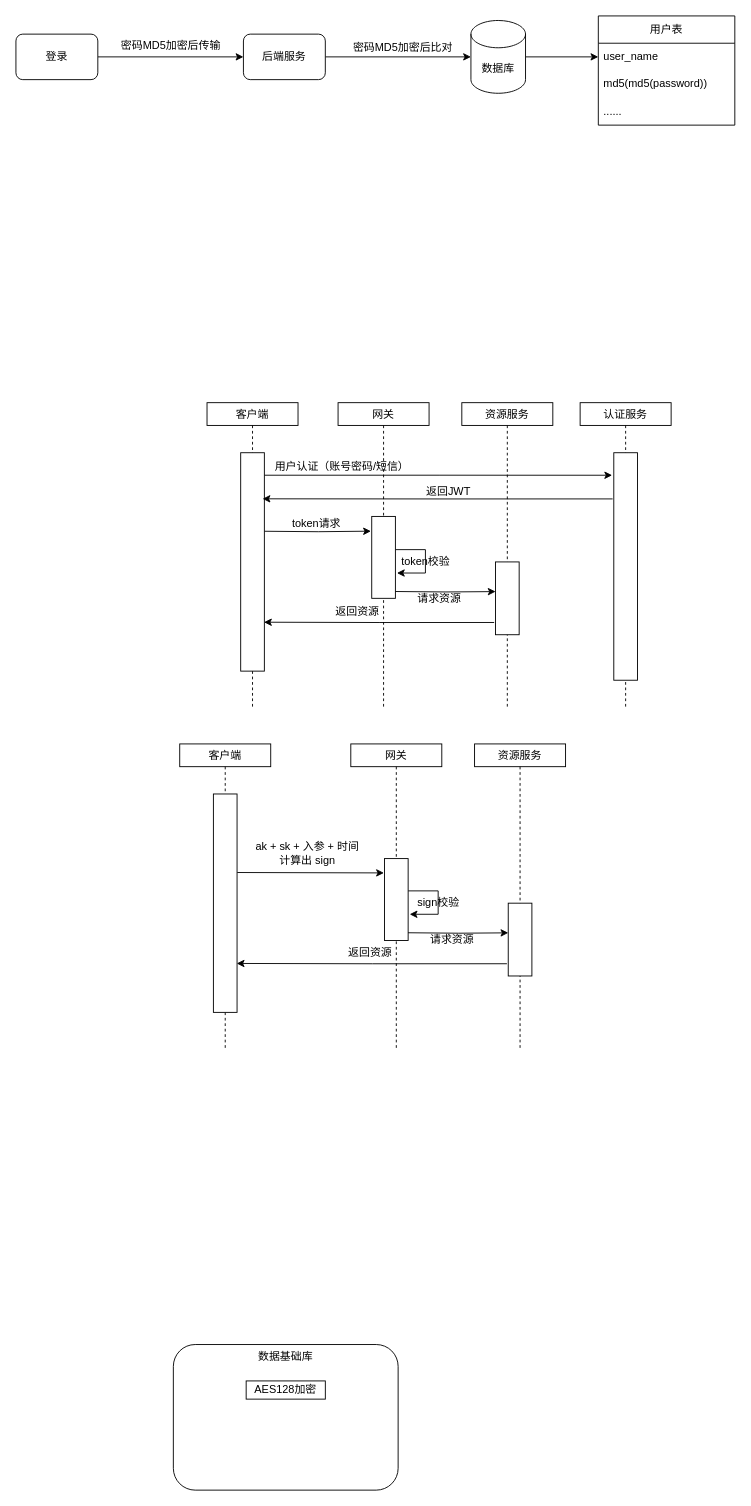
Before: yzs/工业平台安全体系.drawio in yanglei1992/documents, a draw.io diagram. Source tidied: cells renumbered, new cells numbered last; positions are measured from the earlier drawing's top-left corner, leaving out a move shared by most shapes. Both pictures are drawn from the tidied source at 91%, with x=0, y=0 at pixel (15, 15).
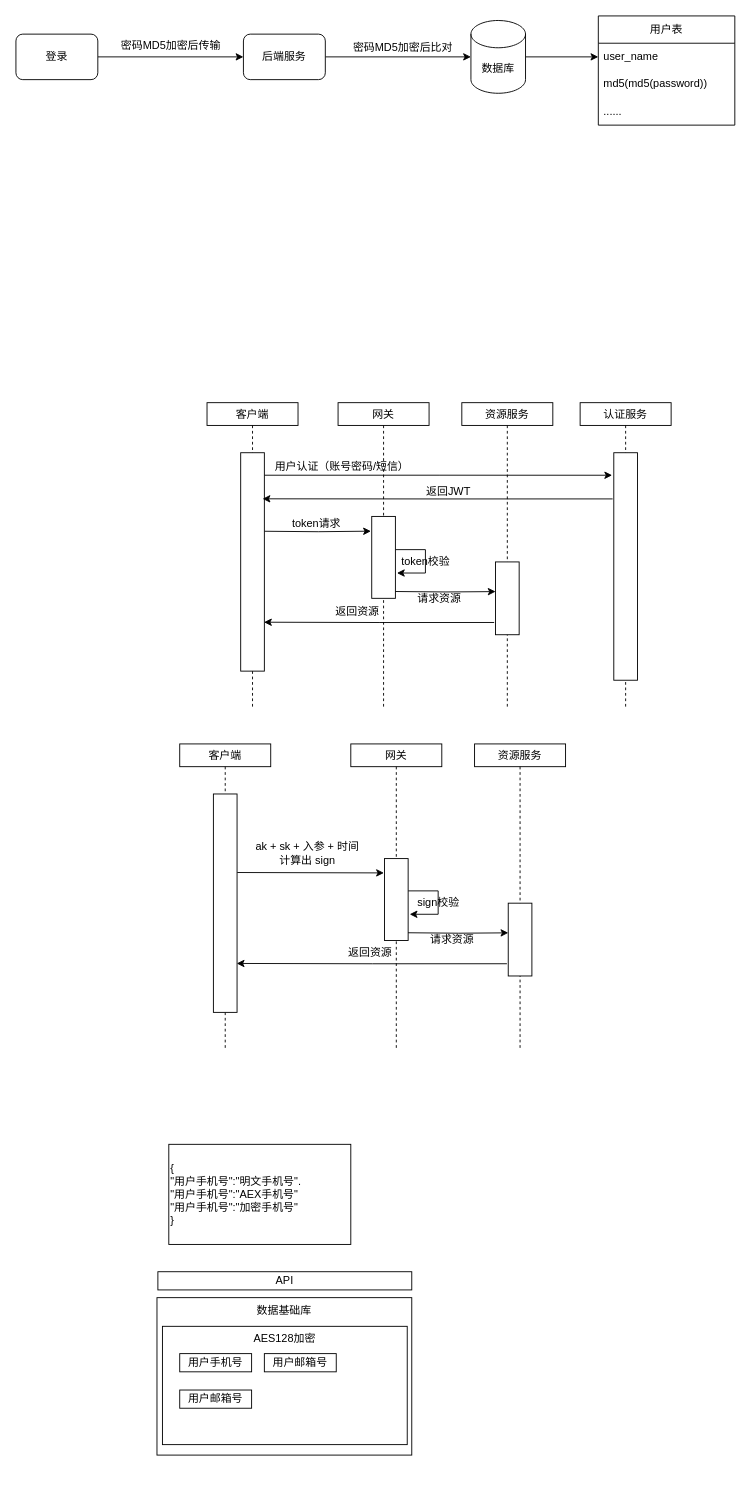
The same diagram, later.

Commit message:
更新工业平台安全体系.drawio

What changed in the source:
```diff
@@
+    <mxCell id="48" value="数据基础库" style="rounded=0;whiteSpace=wrap;html=1;verticalAlign=top;" parent="1" vertex="1">
+      <mxGeometry x="155" y="1408.5" width="280" height="173" as="geometry" />
+    </mxCell>
@@
-    <mxCell id="48" value="数据基础库" style="rounded=1;whiteSpace=wrap;html=1;verticalAlign=top;" parent="1" vertex="1">
-      <mxGeometry x="173" y="1460" width="247" height="160" as="geometry" />
-    </mxCell>
-    <mxCell id="49" value="AES128加密" style="rounded=0;whiteSpace=wrap;html=1;" parent="1" vertex="1">
-      <mxGeometry x="253" y="1500" width="87" height="20" as="geometry" />
+    <mxCell id="49" value="AES128加密" style="rounded=0;whiteSpace=wrap;html=1;verticalAlign=top;" parent="1" vertex="1">
+      <mxGeometry x="161" y="1440" width="269" height="130" as="geometry" />
     </mxCell>
+    <mxCell id="50" value="用户手机号" style="rounded=0;whiteSpace=wrap;html=1;" parent="1" vertex="1">
+      <mxGeometry x="180" y="1470" width="79" height="20" as="geometry" />
+    </mxCell>
+    <mxCell id="51" value="用户邮箱号" style="rounded=0;whiteSpace=wrap;html=1;" parent="1" vertex="1">
+      <mxGeometry x="273" y="1470" width="79" height="20" as="geometry" />
+    </mxCell>
+    <mxCell id="52" value="用户邮箱号" style="rounded=0;whiteSpace=wrap;html=1;" parent="1" vertex="1">
+      <mxGeometry x="180" y="1510" width="79" height="20" as="geometry" />
+    </mxCell>
+    <mxCell id="53" value="API" style="rounded=0;whiteSpace=wrap;html=1;" parent="1" vertex="1">
+      <mxGeometry x="156" y="1380" width="279" height="20" as="geometry" />
+    </mxCell>
+    <mxCell id="54" value="{&lt;br&gt;&lt;span style=&quot;background-color: initial;&quot;&gt;&quot;用户手机号&quot;:&quot;明文手机号&quot;.&lt;br&gt;&lt;/span&gt;&quot;用户手机号&quot;:&quot;AEX手机号&quot;&lt;br style=&quot;border-color: var(--border-color);&quot;&gt;&quot;用户手机号&quot;:&quot;加密手机号&quot;&lt;br&gt;}" style="rounded=0;whiteSpace=wrap;html=1;align=left;" parent="1" vertex="1">
+      <mxGeometry x="168" y="1240" width="200" height="110" as="geometry" />
+    </mxCell>
```
